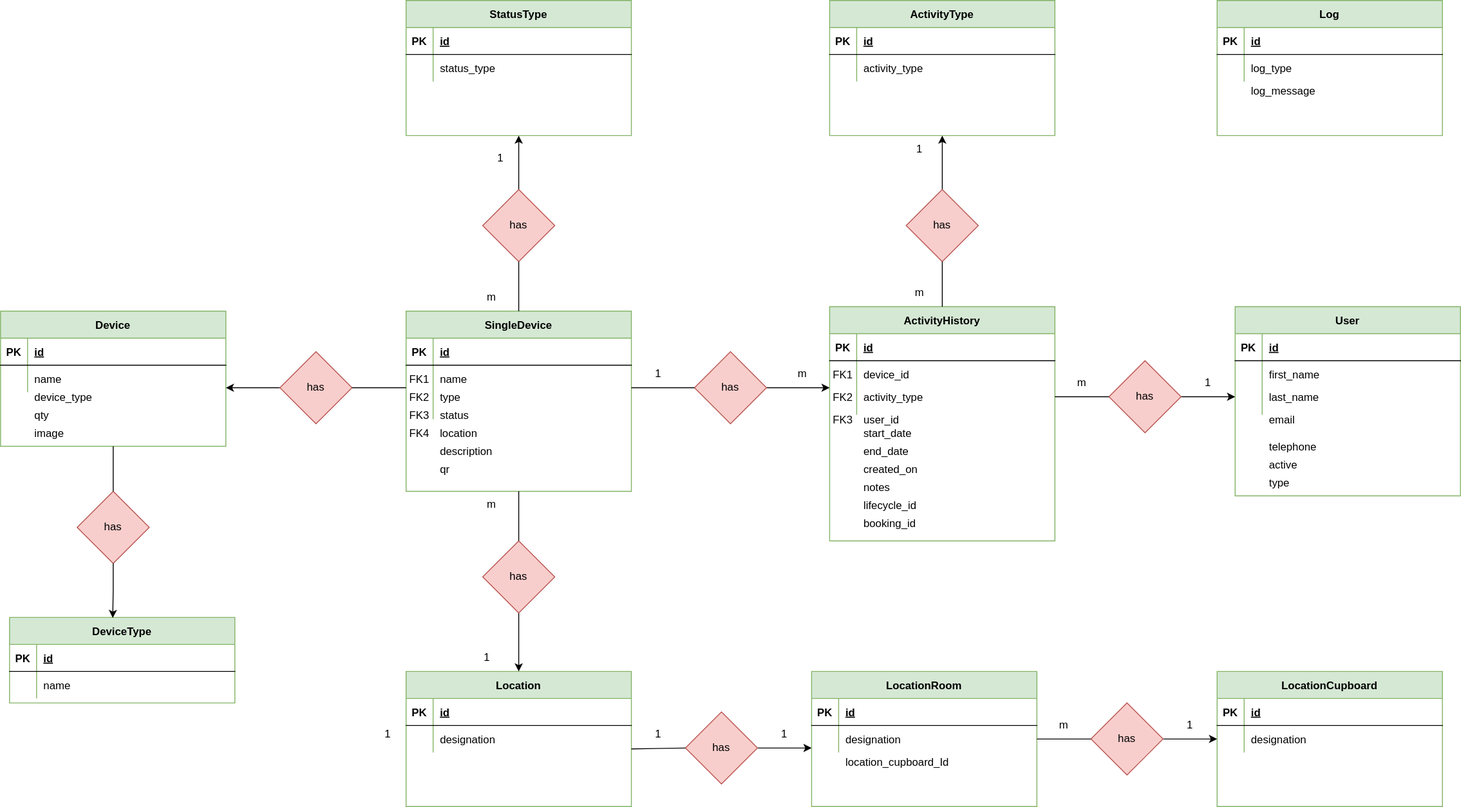
Before: Lagerstyringsprojekt/lagerstyring_db_erd.drawio.svg, a diagram exported from draw.io (rgammelby/H3). Source tidied: cells renumbered, new cells last; positions are measured from the earlier drawing's top-left corner, leaving out a move shared by most shapes.
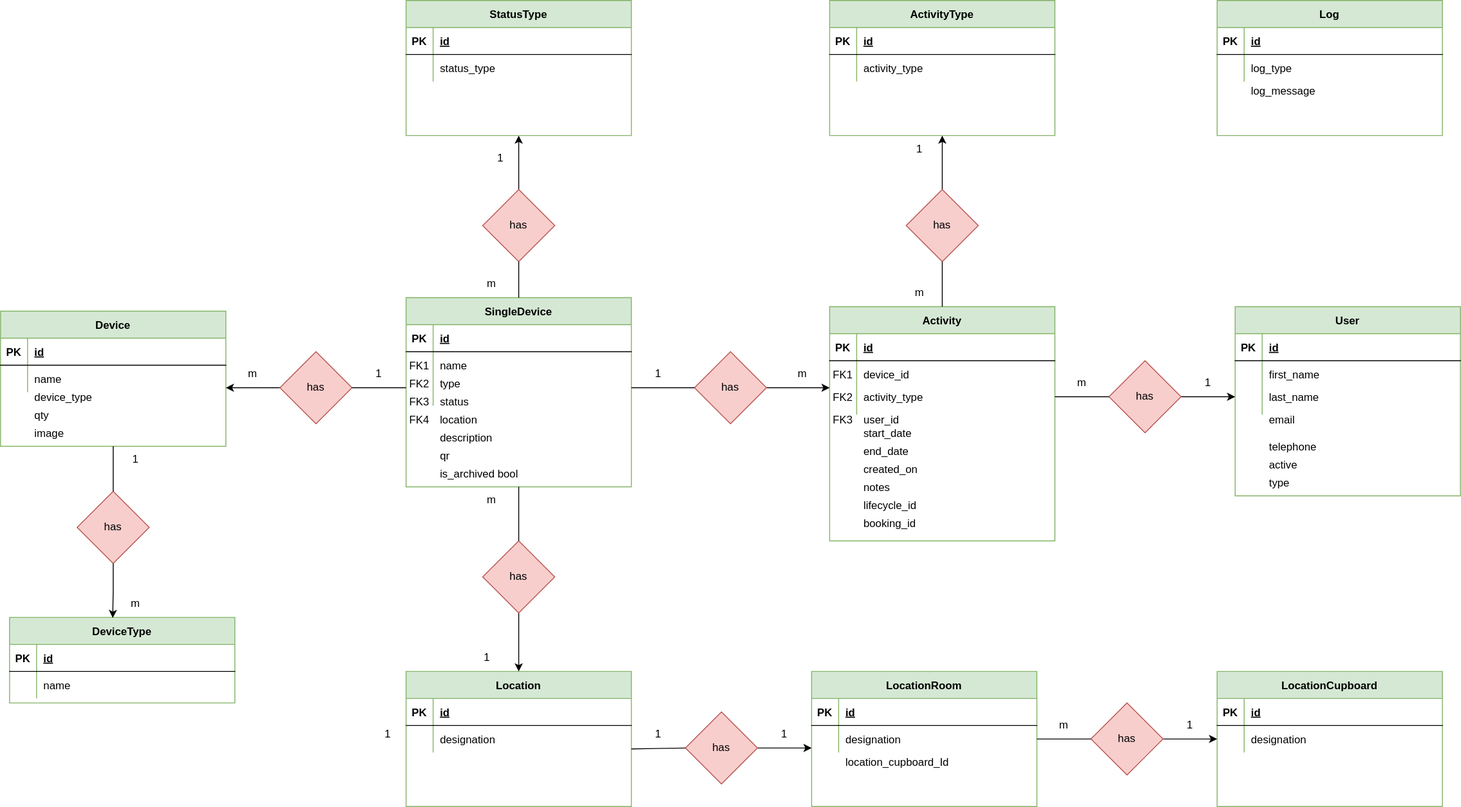
After the change.

Commit message:
corrected db diagram and svg export

What changed in the source:
```diff
@@ -24,7 +24,7 @@
       <mxGeometry x="30" width="220" height="30" as="geometry" />
     </mxCell>
     <mxCell id="9" value="SingleDevice" style="shape=table;startSize=30;rowLines=0;fontStyle=1;align=center;fillColor=#d5e8d4;strokeColor=#82b366;" parent="1" vertex="1">
-      <mxGeometry x="450" y="345" width="250" height="200" as="geometry" />
+      <mxGeometry x="450" y="330" width="250" height="210" as="geometry" />
     </mxCell>
     <mxCell id="10" style="shape=partialRectangle;fillColor=none;top=0;left=0;right=0;bottom=1;" parent="9" vertex="1">
       <mxGeometry y="30" width="250" height="30" as="geometry" />
@@ -54,31 +54,31 @@
       <mxGeometry x="30" width="220" height="30" as="geometry" />
     </mxCell>
     <mxCell id="19" value="description" style="shape=partialRectangle;overflow=hidden;fillColor=none;top=0;left=0;bottom=0;right=0;align=left;spacingLeft=6;" parent="1" vertex="1">
-      <mxGeometry x="480" y="485" width="220" height="30" as="geometry" />
+      <mxGeometry x="480" y="470" width="220" height="30" as="geometry" />
     </mxCell>
     <mxCell id="20" value="status" style="shape=partialRectangle;overflow=hidden;fillColor=none;top=0;left=0;bottom=0;right=0;align=left;spacingLeft=6;" parent="1" vertex="1">
-      <mxGeometry x="480" y="445" width="220" height="30" as="geometry" />
+      <mxGeometry x="480" y="430" width="220" height="30" as="geometry" />
     </mxCell>
     <mxCell id="21" value="location" style="shape=partialRectangle;overflow=hidden;fillColor=none;top=0;left=0;bottom=0;right=0;align=left;spacingLeft=6;" parent="1" vertex="1">
-      <mxGeometry x="480" y="465" width="220" height="30" as="geometry" />
+      <mxGeometry x="480" y="450" width="220" height="30" as="geometry" />
     </mxCell>
     <mxCell id="22" value="qr" style="shape=partialRectangle;overflow=hidden;fillColor=none;top=0;left=0;bottom=0;right=0;align=left;spacingLeft=6;" parent="1" vertex="1">
-      <mxGeometry x="480" y="505" width="220" height="30" as="geometry" />
+      <mxGeometry x="480" y="490" width="220" height="30" as="geometry" />
     </mxCell>
     <mxCell id="23" value="type" style="shape=partialRectangle;overflow=hidden;fillColor=none;top=0;left=0;bottom=0;right=0;align=left;spacingLeft=6;" parent="1" vertex="1">
-      <mxGeometry x="480" y="425" width="220" height="30" as="geometry" />
+      <mxGeometry x="480" y="410" width="220" height="30" as="geometry" />
     </mxCell>
     <mxCell id="24" value="FK1" style="shape=partialRectangle;overflow=hidden;fillColor=none;top=0;left=0;bottom=0;right=0;" parent="1" vertex="1">
-      <mxGeometry x="450" y="405" width="30" height="30" as="geometry" />
+      <mxGeometry x="450" y="390" width="30" height="30" as="geometry" />
     </mxCell>
     <mxCell id="25" value="FK2" style="shape=partialRectangle;overflow=hidden;fillColor=none;top=0;left=0;bottom=0;right=0;" parent="1" vertex="1">
-      <mxGeometry x="450" y="425" width="30" height="30" as="geometry" />
+      <mxGeometry x="450" y="410" width="30" height="30" as="geometry" />
     </mxCell>
     <mxCell id="26" value="FK3" style="shape=partialRectangle;overflow=hidden;fillColor=none;top=0;left=0;bottom=0;right=0;" parent="1" vertex="1">
-      <mxGeometry x="450" y="445" width="30" height="30" as="geometry" />
+      <mxGeometry x="450" y="430" width="30" height="30" as="geometry" />
     </mxCell>
     <mxCell id="27" value="FK4" style="shape=partialRectangle;overflow=hidden;fillColor=none;top=0;left=0;bottom=0;right=0;" parent="1" vertex="1">
-      <mxGeometry x="450" y="465" width="30" height="30" as="geometry" />
+      <mxGeometry x="450" y="450" width="30" height="30" as="geometry" />
     </mxCell>
     <mxCell id="28" value="device_type" style="shape=partialRectangle;overflow=hidden;fillColor=none;top=0;left=0;bottom=0;right=0;align=left;spacingLeft=6;" parent="1" vertex="1">
       <mxGeometry x="30" y="425" width="220" height="30" as="geometry" />
@@ -110,7 +110,7 @@
     <mxCell id="37" value="status_type" style="shape=partialRectangle;overflow=hidden;fillColor=none;top=0;left=0;bottom=0;right=0;align=left;spacingLeft=6;" parent="35" vertex="1">
       <mxGeometry x="30" width="220" height="30" as="geometry" />
     </mxCell>
-    <mxCell id="38" value="ActivityHistory" style="shape=table;startSize=30;rowLines=0;fontStyle=1;align=center;fillColor=#d5e8d4;strokeColor=#82b366;" parent="1" vertex="1">
+    <mxCell id="38" value="Activity" style="shape=table;startSize=30;rowLines=0;fontStyle=1;align=center;fillColor=#d5e8d4;strokeColor=#82b366;" parent="1" vertex="1">
       <mxGeometry x="920" y="340" width="250" height="260" as="geometry" />
     </mxCell>
     <mxCell id="39" style="shape=partialRectangle;fillColor=none;top=0;left=0;right=0;bottom=1;" parent="38" vertex="1">
@@ -371,7 +371,7 @@
       <mxGeometry relative="1" as="geometry" />
     </mxCell>
     <mxCell id="119" value="m" style="text;html=1;align=center;verticalAlign=middle;whiteSpace=wrap;rounded=0;" parent="1" vertex="1">
-      <mxGeometry x="515" y="315" width="60" height="30" as="geometry" />
+      <mxGeometry x="515" y="300" width="60" height="30" as="geometry" />
     </mxCell>
     <mxCell id="120" value="1" style="text;html=1;align=center;verticalAlign=middle;whiteSpace=wrap;rounded=0;" parent="1" vertex="1">
       <mxGeometry x="700" y="400" width="60" height="30" as="geometry" />
@@ -414,12 +414,12 @@
       <mxGeometry x="510" y="715" width="60" height="30" as="geometry" />
     </mxCell>
     <mxCell id="132" value="m" style="text;html=1;align=center;verticalAlign=middle;whiteSpace=wrap;rounded=0;" parent="1" vertex="1">
-      <mxGeometry x="515" y="545" width="60" height="30" as="geometry" />
+      <mxGeometry x="515" y="540" width="60" height="30" as="geometry" />
     </mxCell>
     <mxCell id="133" value="1" style="text;html=1;align=center;verticalAlign=middle;whiteSpace=wrap;rounded=0;" parent="1" vertex="1">
       <mxGeometry x="400" y="800" width="60" height="30" as="geometry" />
     </mxCell>
-    <mxCell id="134" style="endArrow=none;html=1;rounded=0;entryX=1;entryY=0;entryDx=0;entryDy=0;exitX=0.5;exitY=0;exitDx=0;exitDy=0;" parent="1" edge="1" source="116" target="132">
+    <mxCell id="134" style="endArrow=none;html=1;rounded=0;exitX=0.5;exitY=0;exitDx=0;exitDy=0;" parent="1" edge="1" source="116" target="9">
       <mxGeometry relative="1" as="geometry" />
     </mxCell>
     <mxCell id="135" value="LocationRoom" style="shape=table;startSize=30;rowLines=0;fontStyle=1;align=center;fillColor=#d5e8d4;strokeColor=#82b366;" parent="1" vertex="1">
@@ -504,5 +504,20 @@
     <mxCell id="159" style="endArrow=none;html=1;rounded=0;entryX=0.5;entryY=0;entryDx=0;entryDy=0;" parent="1" edge="1" source="2" target="157">
       <mxGeometry relative="1" as="geometry" />
     </mxCell>
+    <mxCell id="160" value="1" style="text;html=1;align=center;verticalAlign=middle;whiteSpace=wrap;rounded=0;" parent="1" vertex="1">
+      <mxGeometry x="390" y="400" width="60" height="30" as="geometry" />
+    </mxCell>
+    <mxCell id="161" value="m" style="text;html=1;align=center;verticalAlign=middle;whiteSpace=wrap;rounded=0;" parent="1" vertex="1">
+      <mxGeometry x="250" y="400" width="60" height="30" as="geometry" />
+    </mxCell>
+    <mxCell id="162" value="1" style="text;html=1;align=center;verticalAlign=middle;whiteSpace=wrap;rounded=0;" parent="1" vertex="1">
+      <mxGeometry x="120" y="495" width="60" height="30" as="geometry" />
+    </mxCell>
+    <mxCell id="163" value="m" style="text;html=1;align=center;verticalAlign=middle;whiteSpace=wrap;rounded=0;" parent="1" vertex="1">
+      <mxGeometry x="120" y="655" width="60" height="30" as="geometry" />
+    </mxCell>
+    <mxCell id="164" value="is_archived bool" style="shape=partialRectangle;overflow=hidden;fillColor=none;top=0;left=0;bottom=0;right=0;align=left;spacingLeft=6;" parent="1" vertex="1">
+      <mxGeometry x="480" y="510" width="220" height="30" as="geometry" />
+    </mxCell>
   </root>
 </mxGraphModel>
```
